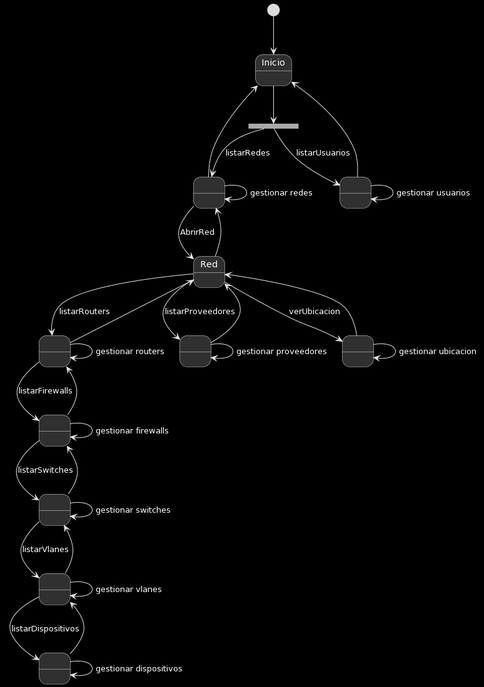
Earlier version of the PlantUML export images/DiagramaDeEstados.png (mmasias/IdSw1-22-23).
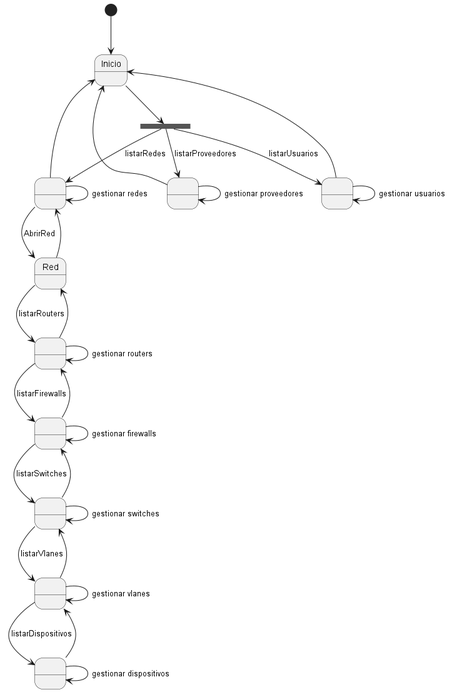
Later version of the same file.

What changed in the source:
```diff
@@ -1,4 +1,5 @@
-@startuml
+@startuml DiagramaDeEstados
+
 state fork_state <<fork>>
 
 state NONAME_REDES as " "
@@ -7,7 +8,6 @@
 state NONAME_ROUTERS as " "
 state NONAME_PROVEEDORES as " "
 state NONAME_SWITCHES as " "
-state NONAME_UBICACION as " "
 state NONAME_VLANES as " "
 state NONAME_FIREWALL as " "
 
@@ -17,19 +17,14 @@
 fork_state --> NONAME_USUARIOS: listarUsuarios
 NONAME_USUARIOS --> NONAME_USUARIOS: gestionar usuarios
 NONAME_USUARIOS -up-> Inicio
+fork_state --> NONAME_PROVEEDORES: listarProveedores
+NONAME_PROVEEDORES --> NONAME_PROVEEDORES: gestionar proveedores
+NONAME_PROVEEDORES -up-> Inicio
 fork_state --> NONAME_REDES: listarRedes
 NONAME_REDES --> NONAME_REDES: gestionar redes
 NONAME_REDES --> Red: AbrirRed
 NONAME_REDES <-r- Red
 NONAME_REDES -up-> Inicio
-
-Red --> NONAME_PROVEEDORES: listarProveedores
-NONAME_PROVEEDORES --> NONAME_PROVEEDORES: gestionar proveedores
-NONAME_PROVEEDORES --> Red
-
-Red --> NONAME_UBICACION: verUbicacion
-NONAME_UBICACION --> NONAME_UBICACION: gestionar ubicacion
-NONAME_UBICACION --> Red
 
 Red --> NONAME_ROUTERS: listarRouters
 NONAME_ROUTERS --> NONAME_ROUTERS: gestionar routers
@@ -50,4 +45,5 @@
 NONAME_VLANES --> NONAME_DISPOSITIVOS: listarDispositivos
 NONAME_DISPOSITIVOS --> NONAME_DISPOSITIVOS: gestionar dispositivos
 NONAME_DISPOSITIVOS --> NONAME_VLANES
+
 @enduml
```
